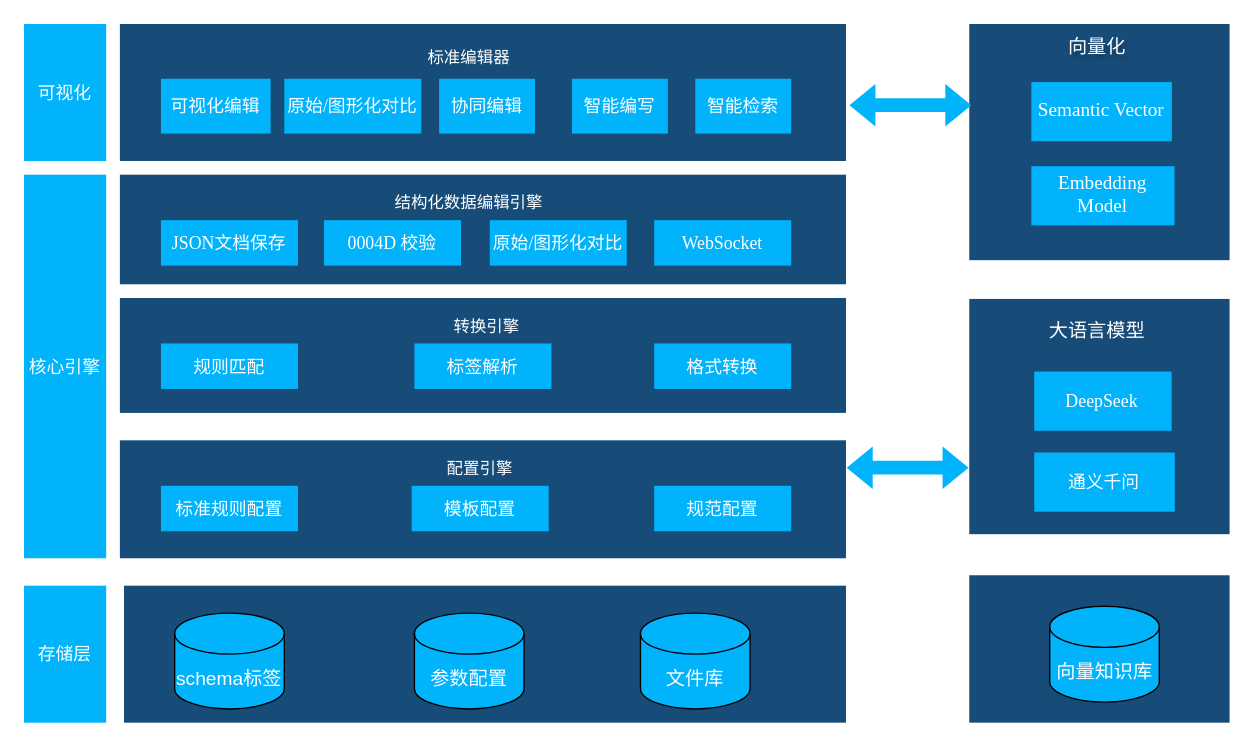
This is 标准化/编辑器技术架构图.drawio from DemonHan/KuickBuy, a draw.io file, before an edit. Source tidied: cells renumbered, new cells numbered last; positions are measured from the earlier drawing's top-left corner, leaving out a move shared by most shapes. Both pictures are drawn from the tidied source at 137%, with x=0, y=0 at pixel (23, 23).
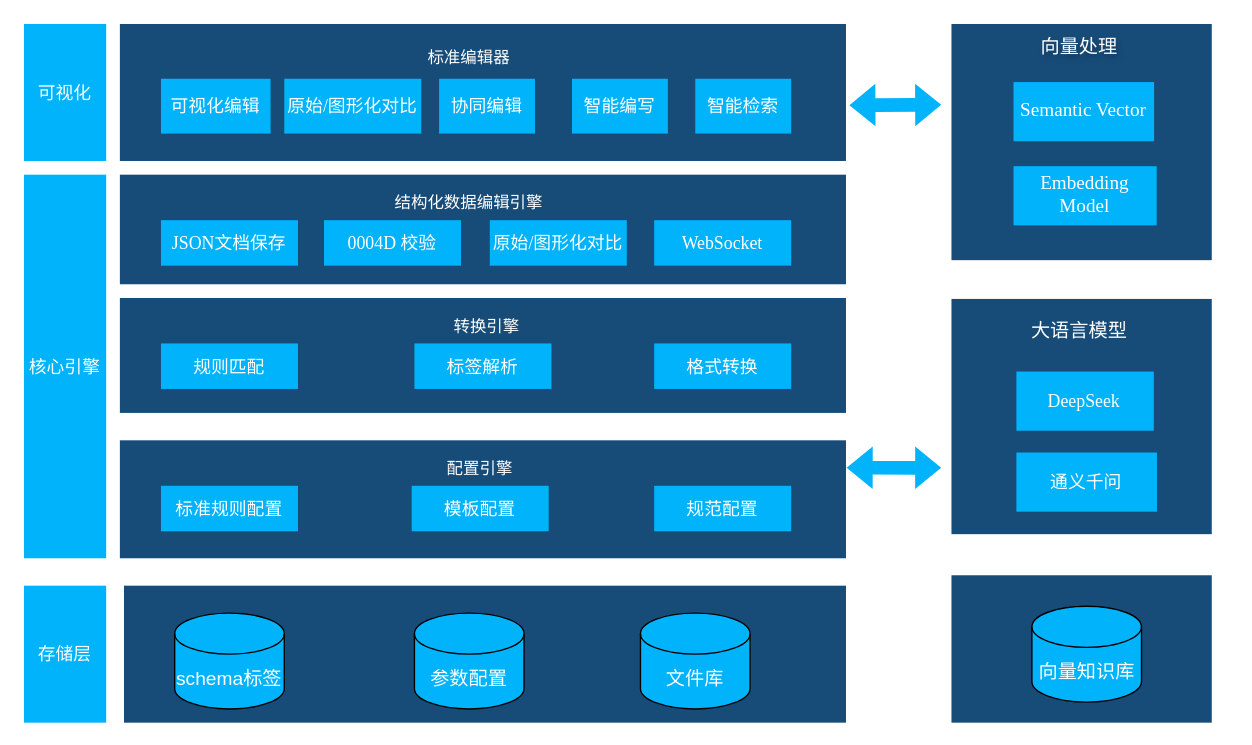
The same diagram, later.

Commit message:
更新编辑器技术架构图.drawio

What changed in the source:
```diff
@@
     <mxCell id="32" style="rounded=0;whiteSpace=wrap;html=1;fillColor=light-dark(#174c79, #6894c8);strokeColor=none;fontFamily=Times New Roman;" parent="1" vertex="1">
-      <mxGeometry x="690" width="190" height="172.4" as="geometry" />
+      <mxGeometry x="677" width="190" height="172.4" as="geometry" />
     </mxCell>
     <mxCell id="33" style="rounded=0;whiteSpace=wrap;html=1;fillColor=light-dark(#174c79, #6894c8);strokeColor=none;fontFamily=Times New Roman;" parent="1" vertex="1">
-      <mxGeometry x="690" y="200.7" width="190" height="171.7" as="geometry" />
+      <mxGeometry x="677" y="200.7" width="190" height="171.7" as="geometry" />
     </mxCell>
     <mxCell id="34" value="&lt;font color=&quot;#ffffff&quot;&gt;&lt;span style=&quot;font-size: 13px;&quot;&gt;DeepSeek&lt;/span&gt;&lt;/font&gt;" style="rounded=0;whiteSpace=wrap;html=1;fillColor=light-dark(#00b3fb, #1e4a76);strokeColor=none;fontFamily=Times New Roman;" parent="1" vertex="1">
-      <mxGeometry x="737.4" y="253.7" width="100.3" height="43.2" as="geometry" />
+      <mxGeometry x="724.4" y="253.7" width="100.3" height="43.2" as="geometry" />
     </mxCell>
     <mxCell id="35" value="大语言模型" style="text;html=1;align=center;verticalAlign=middle;whiteSpace=wrap;rounded=0;fontColor=light-dark(#ffffff, #ededed);fontSize=14;" parent="1" vertex="1">
-      <mxGeometry x="733.2" y="211.7" width="101" height="24.9" as="geometry" />
+      <mxGeometry x="720.2" y="211.7" width="101" height="24.9" as="geometry" />
     </mxCell>
     <mxCell id="36" value="&lt;font color=&quot;#ffffff&quot;&gt;&lt;span style=&quot;font-size: 13px;&quot;&gt;通义千问&lt;/span&gt;&lt;/font&gt;" style="rounded=0;whiteSpace=wrap;html=1;fillColor=light-dark(#00b3fb, #1e4a76);strokeColor=none;fontFamily=Times New Roman;" parent="1" vertex="1">
-      <mxGeometry x="737.4" y="312.8" width="102.6" height="43.2" as="geometry" />
+      <mxGeometry x="724.4" y="312.8" width="102.6" height="43.2" as="geometry" />
     </mxCell>
-    <mxCell id="37" value="向量化" style="text;html=1;align=center;verticalAlign=middle;whiteSpace=wrap;rounded=0;fontColor=light-dark(#ffffff, #ededed);fontSize=14;textShadow=1;" parent="1" vertex="1">
-      <mxGeometry x="733.2" y="4.9" width="101" height="24.9" as="geometry" />
+    <mxCell id="37" value="向量处理" style="text;html=1;align=center;verticalAlign=middle;whiteSpace=wrap;rounded=0;fontColor=light-dark(#ffffff, #ededed);fontSize=14;textShadow=1;" parent="1" vertex="1">
+      <mxGeometry x="720.2" y="4.9" width="101" height="24.9" as="geometry" />
     </mxCell>
     <mxCell id="38" value="&lt;font color=&quot;#ffffff&quot;&gt;&lt;span&gt;Semantic Vector&lt;/span&gt;&lt;/font&gt;" style="rounded=0;whiteSpace=wrap;html=1;fillColor=light-dark(#00b3fb, #1e4a76);strokeColor=none;fontFamily=Times New Roman;fontSize=14;" parent="1" vertex="1">
-      <mxGeometry x="735.3" y="42.4" width="102.6" height="43.2" as="geometry" />
+      <mxGeometry x="722.3" y="42.4" width="102.6" height="43.2" as="geometry" />
     </mxCell>
     <mxCell id="39" value="&lt;font color=&quot;#ffffff&quot;&gt;&lt;span&gt;Embedding Model&lt;/span&gt;&lt;/font&gt;" style="rounded=0;whiteSpace=wrap;html=1;fillColor=light-dark(#00b3fb, #1e4a76);strokeColor=none;fontFamily=Times New Roman;fontSize=14;" parent="1" vertex="1">
-      <mxGeometry x="735.3" y="103.8" width="104.5" height="43.2" as="geometry" />
+      <mxGeometry x="722.3" y="103.8" width="104.5" height="43.2" as="geometry" />
     </mxCell>
     <mxCell id="40" style="rounded=0;whiteSpace=wrap;html=1;fillColor=light-dark(#174c79, #6894c8);strokeColor=none;fontFamily=Times New Roman;" parent="1" vertex="1">
-      <mxGeometry x="690" y="402.4" width="190" height="107.6" as="geometry" />
+      <mxGeometry x="677" y="402.4" width="190" height="107.6" as="geometry" />
     </mxCell>
     <mxCell id="41" value="向量知识库" style="shape=cylinder3;whiteSpace=wrap;html=1;boundedLbl=1;backgroundOutline=1;size=15;fillColor=light-dark(#00b3fb, #ededed);fontColor=light-dark(#ffffff, #ededed);fontSize=14;" parent="1" vertex="1">
-      <mxGeometry x="748.7" y="425" width="80" height="70" as="geometry" />
+      <mxGeometry x="735.7" y="425" width="80" height="70" as="geometry" />
     </mxCell>
     <mxCell id="42" style="shape=flexArrow;endArrow=classic;startArrow=classic;html=1;rounded=0;fontColor=light-dark(#00b3fb, #ededed);labelBackgroundColor=light-dark(#00b3fb, #ededed);fillColor=light-dark(#00b3fb, #ededed);strokeColor=none;" parent="1" edge="1">
       <mxGeometry relative="1" as="geometry">
         <mxPoint x="600" y="323.9" as="sourcePoint" />
-        <mxPoint x="690" y="323.9" as="targetPoint" />
+        <mxPoint x="670" y="324" as="targetPoint" />
       </mxGeometry>
     </mxCell>
     <mxCell id="43" style="shape=flexArrow;endArrow=classic;startArrow=classic;html=1;rounded=0;fontColor=light-dark(#00b3fb, #ededed);labelBackgroundColor=light-dark(#00b3fb, #ededed);fillColor=light-dark(#00b3fb, #ededed);strokeColor=none;" parent="1" edge="1">
       <mxGeometry relative="1" as="geometry">
         <mxPoint x="602" y="59.3" as="sourcePoint" />
-        <mxPoint x="692" y="59.3" as="targetPoint" />
+        <mxPoint x="670" y="59" as="targetPoint" />
       </mxGeometry>
     </mxCell>
```
